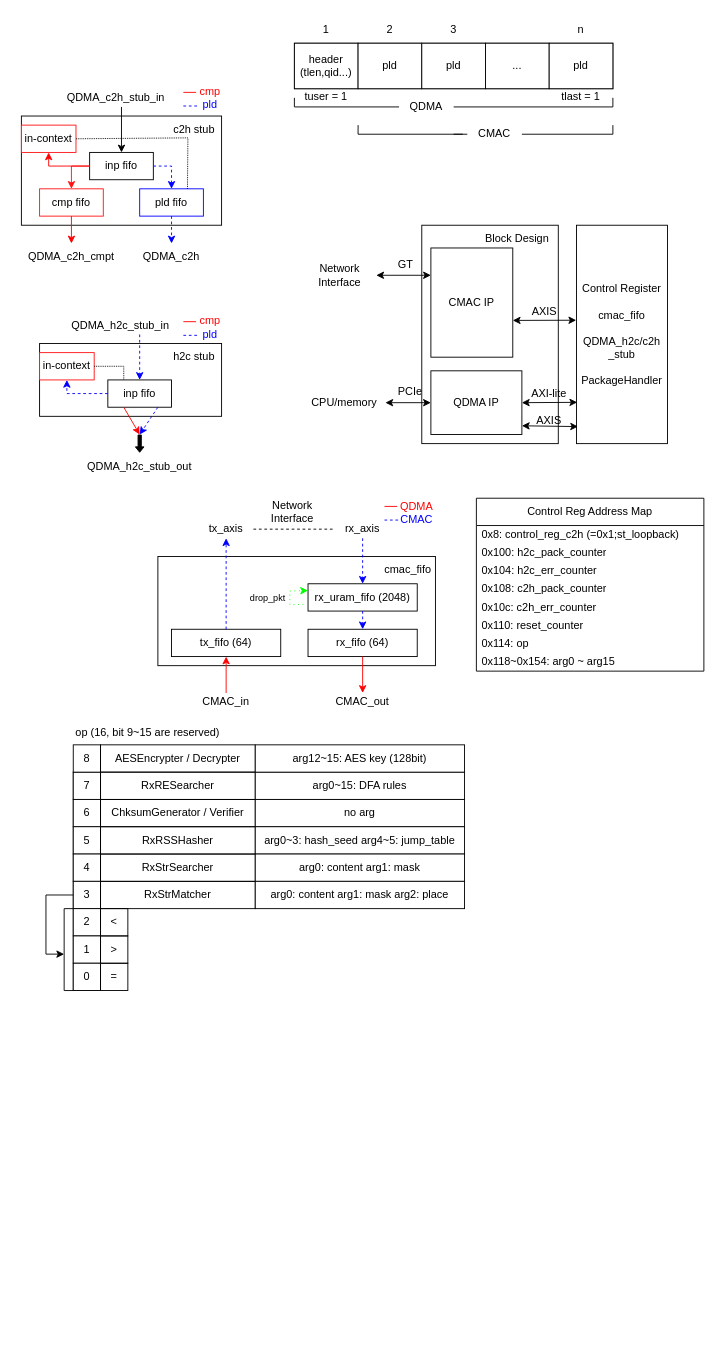
This is drawio/stubs.drawio from Gwins7/SmartNIC, a draw.io file, before an edit. Source tidied: cells renumbered, new cells numbered last; positions are measured from the earlier drawing's top-left corner, leaving out a move shared by most shapes. Both pictures are drawn from the tidied source at 91%, with x=0, y=0 at pixel (21, 15).
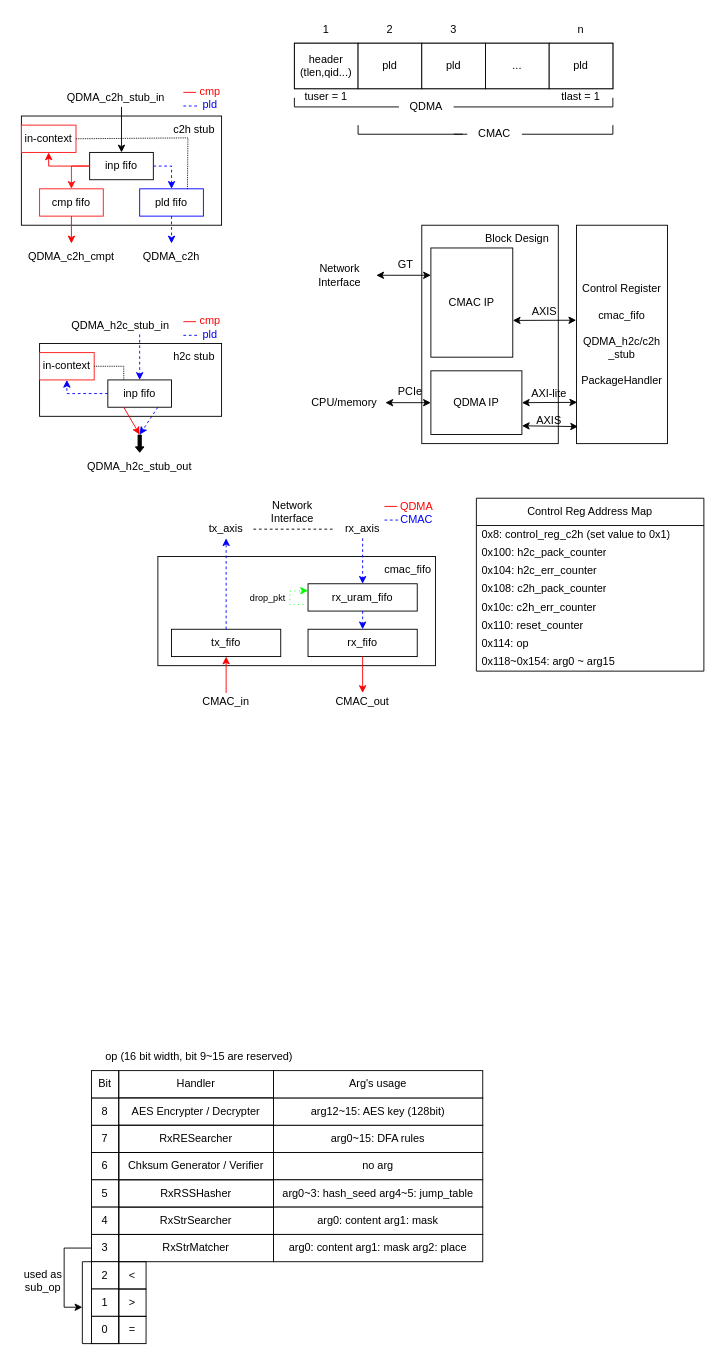
The same page after the edit.

The change refers to these unchanged cells:
```xml
<mxCell id="75" value="Control Reg Address Map" style="swimlane;fontStyle=0;horizontal=1;startSize=30;whiteSpace=wrap;html=1;direction=east;" parent="1" vertex="1">
  <mxGeometry x="500" y="530" width="250" height="190" as="geometry" />
</mxCell>
<mxCell id="84" style="group;" parent="1" vertex="1">
  <mxGeometry x="150" y="530" width="305" height="234" as="geometry" />
</mxCell>
```

What changed in the source:
```diff
@@
-    <mxCell id="76" value="0x8: control_reg_c2h (=0x1;st_loopback)" style="text;strokeColor=none;fillColor=none;align=left;verticalAlign=middle;spacingLeft=4;spacingRight=4;overflow=hidden;whiteSpace=wrap;html=1;" parent="75" vertex="1">
+    <mxCell id="76" value="0x8: control_reg_c2h (set value to 0x1)" style="text;strokeColor=none;fillColor=none;align=left;verticalAlign=middle;spacingLeft=4;spacingRight=4;overflow=hidden;whiteSpace=wrap;html=1;" parent="75" vertex="1">
       <mxGeometry y="30" width="250" height="20" as="geometry" />
     </mxCell>
@@
-    <mxCell id="86" value="tx_fifo (64)" style="rounded=0;whiteSpace=wrap;html=1;strokeColor=#000000;fontColor=#000000;fillColor=#FFFFFF;" parent="84" vertex="1">
+    <mxCell id="86" value="tx_fifo" style="rounded=0;whiteSpace=wrap;html=1;strokeColor=#000000;fontColor=#000000;fillColor=#FFFFFF;" parent="84" vertex="1">
       <mxGeometry x="15" y="144" width="120" height="30" as="geometry" />
     </mxCell>
-    <mxCell id="87" value="rx_fifo (64)" style="rounded=0;whiteSpace=wrap;html=1;strokeColor=#000000;fontColor=#000000;fillColor=#FFFFFF;" parent="84" vertex="1">
+    <mxCell id="87" value="rx_fifo" style="rounded=0;whiteSpace=wrap;html=1;strokeColor=#000000;fontColor=#000000;fillColor=#FFFFFF;" parent="84" vertex="1">
       <mxGeometry x="165" y="144" width="120" height="30" as="geometry" />
     </mxCell>
@@
-    <mxCell id="97" value="rx_uram_fifo (2048)" style="rounded=0;whiteSpace=wrap;html=1;strokeColor=#000000;fontColor=#000000;fillColor=#FFFFFF;" parent="84" vertex="1">
+    <mxCell id="97" value="rx_uram_fifo" style="rounded=0;whiteSpace=wrap;html=1;strokeColor=#000000;fontColor=#000000;fillColor=#FFFFFF;" parent="84" vertex="1">
       <mxGeometry x="165" y="94" width="120" height="30" as="geometry" />
     </mxCell>
@@
-    <mxCell id="106" style="group;" parent="1" vertex="1">
-      <mxGeometry x="27" y="773" width="460" height="298" as="geometry" />
-    </mxCell>
+    <mxCell id="135" style="endArrow=none;html=1;rounded=0;fillColor=#000000;dashed=1;strokeColor=#0000FF;" parent="1" edge="1">
+      <mxGeometry relative="1" as="geometry">
+        <mxPoint x="178" y="99" as="sourcePoint" />
+        <mxPoint x="193" y="99" as="targetPoint" />
+      </mxGeometry>
+    </mxCell>
+    <mxCell id="136" style="group;" parent="1" vertex="1">
+      <mxGeometry x="-6" y="1129" width="513" height="330" as="geometry" />
+    </mxCell>
-    <mxCell id="107" value="op (16, bit 9~15 are reserved)" style="text;html=1;strokeColor=none;fillColor=none;align=center;verticalAlign=middle;whiteSpace=wrap;rounded=0;" parent="106" vertex="1">
-      <mxGeometry x="20.5" width="181.5" height="30" as="geometry" />
+    <mxCell id="107" value="op (16 bit width, bit 9~15 are reserved)" style="text;html=1;strokeColor=none;fillColor=none;align=center;verticalAlign=middle;whiteSpace=wrap;rounded=0;" parent="136" vertex="1">
+      <mxGeometry x="83" width="236.5" height="30" as="geometry" />
     </mxCell>
-    <mxCell id="108" style="rounded=0;whiteSpace=wrap;html=1;" parent="106" vertex="1">
-      <mxGeometry x="30" y="58" width="30" height="240" as="geometry" />
+    <mxCell id="108" style="rounded=0;whiteSpace=wrap;html=1;" parent="136" vertex="1">
+      <mxGeometry x="83" y="90" width="30" height="240" as="geometry" />
     </mxCell>
-    <mxCell id="109" value="7" style="rounded=0;whiteSpace=wrap;html=1;" parent="106" vertex="1">
-      <mxGeometry x="30" y="58" width="30" height="30" as="geometry" />
+    <mxCell id="109" value="7" style="rounded=0;whiteSpace=wrap;html=1;" parent="136" vertex="1">
+      <mxGeometry x="83" y="90" width="30" height="30" as="geometry" />
     </mxCell>
-    <mxCell id="110" value="6" style="rounded=0;whiteSpace=wrap;html=1;" parent="106" vertex="1">
-      <mxGeometry x="30" y="88" width="30" height="30" as="geometry" />
+    <mxCell id="110" value="6" style="rounded=0;whiteSpace=wrap;html=1;" parent="136" vertex="1">
+      <mxGeometry x="83" y="120" width="30" height="30" as="geometry" />
     </mxCell>
-    <mxCell id="111" value="5" style="rounded=0;whiteSpace=wrap;html=1;" parent="106" vertex="1">
-      <mxGeometry x="30" y="118" width="30" height="30" as="geometry" />
+    <mxCell id="111" value="5" style="rounded=0;whiteSpace=wrap;html=1;" parent="136" vertex="1">
+      <mxGeometry x="83" y="150" width="30" height="30" as="geometry" />
     </mxCell>
-    <mxCell id="112" value="4" style="rounded=0;whiteSpace=wrap;html=1;" parent="106" vertex="1">
-      <mxGeometry x="30" y="148" width="30" height="30" as="geometry" />
+    <mxCell id="112" value="4" style="rounded=0;whiteSpace=wrap;html=1;" parent="136" vertex="1">
+      <mxGeometry x="83" y="180" width="30" height="30" as="geometry" />
     </mxCell>
-    <mxCell id="113" value="3" style="rounded=0;whiteSpace=wrap;html=1;" parent="106" vertex="1">
-      <mxGeometry x="30" y="178" width="30" height="30" as="geometry" />
+    <mxCell id="113" value="3" style="rounded=0;whiteSpace=wrap;html=1;" parent="136" vertex="1">
+      <mxGeometry x="83" y="210" width="30" height="30" as="geometry" />
     </mxCell>
-    <mxCell id="114" value="2" style="rounded=0;whiteSpace=wrap;html=1;" parent="106" vertex="1">
-      <mxGeometry x="30" y="208" width="30" height="30" as="geometry" />
+    <mxCell id="114" value="2" style="rounded=0;whiteSpace=wrap;html=1;" parent="136" vertex="1">
+      <mxGeometry x="83" y="240" width="30" height="30" as="geometry" />
     </mxCell>
-    <mxCell id="115" value="1" style="rounded=0;whiteSpace=wrap;html=1;" parent="106" vertex="1">
-      <mxGeometry x="30" y="238" width="30" height="30" as="geometry" />
+    <mxCell id="115" value="1" style="rounded=0;whiteSpace=wrap;html=1;" parent="136" vertex="1">
+      <mxGeometry x="83" y="270" width="30" height="30" as="geometry" />
     </mxCell>
-    <mxCell id="116" value="0" style="rounded=0;whiteSpace=wrap;html=1;" parent="106" vertex="1">
-      <mxGeometry x="30" y="268" width="30" height="30" as="geometry" />
+    <mxCell id="116" value="0" style="rounded=0;whiteSpace=wrap;html=1;" parent="136" vertex="1">
+      <mxGeometry x="83" y="300" width="30" height="30" as="geometry" />
     </mxCell>
-    <mxCell id="117" value="RxRESearcher" style="text;html=1;strokeColor=#000000;fillColor=none;align=center;verticalAlign=middle;whiteSpace=wrap;rounded=0;" parent="106" vertex="1">
-      <mxGeometry x="60" y="58" width="170" height="30" as="geometry" />
+    <mxCell id="117" value="RxRESearcher" style="text;html=1;strokeColor=#000000;fillColor=none;align=center;verticalAlign=middle;whiteSpace=wrap;rounded=0;" parent="136" vertex="1">
+      <mxGeometry x="113" y="90" width="170" height="30" as="geometry" />
     </mxCell>
-    <mxCell id="118" value="ChksumGenerator / Verifier" style="text;html=1;strokeColor=#000000;fillColor=none;align=center;verticalAlign=middle;whiteSpace=wrap;rounded=0;" parent="106" vertex="1">
-      <mxGeometry x="60" y="88" width="170" height="30" as="geometry" />
+    <mxCell id="118" value="Chksum Generator / Verifier" style="text;html=1;strokeColor=#000000;fillColor=none;align=center;verticalAlign=middle;whiteSpace=wrap;rounded=0;" parent="136" vertex="1">
+      <mxGeometry x="113" y="120" width="170" height="30" as="geometry" />
     </mxCell>
-    <mxCell id="119" value="RxRSSHasher" style="text;html=1;strokeColor=#000000;fillColor=none;align=center;verticalAlign=middle;whiteSpace=wrap;rounded=0;" parent="106" vertex="1">
-      <mxGeometry x="60" y="118" width="170" height="30" as="geometry" />
+    <mxCell id="119" value="RxRSSHasher" style="text;html=1;strokeColor=#000000;fillColor=none;align=center;verticalAlign=middle;whiteSpace=wrap;rounded=0;" parent="136" vertex="1">
+      <mxGeometry x="113" y="150" width="170" height="30" as="geometry" />
     </mxCell>
-    <mxCell id="120" value="RxStrSearcher" style="text;html=1;strokeColor=#000000;fillColor=none;align=center;verticalAlign=middle;whiteSpace=wrap;rounded=0;" parent="106" vertex="1">
-      <mxGeometry x="60" y="148" width="170" height="30" as="geometry" />
+    <mxCell id="120" value="RxStrSearcher" style="text;html=1;strokeColor=#000000;fillColor=none;align=center;verticalAlign=middle;whiteSpace=wrap;rounded=0;" parent="136" vertex="1">
+      <mxGeometry x="113" y="180" width="170" height="30" as="geometry" />
     </mxCell>
-    <mxCell id="121" value="RxStrMatcher" style="text;html=1;strokeColor=#000000;fillColor=none;align=center;verticalAlign=middle;whiteSpace=wrap;rounded=0;" parent="106" vertex="1">
-      <mxGeometry x="60" y="178" width="170" height="30" as="geometry" />
+    <mxCell id="121" value="RxStrMatcher" style="text;html=1;strokeColor=#000000;fillColor=none;align=center;verticalAlign=middle;whiteSpace=wrap;rounded=0;" parent="136" vertex="1">
+      <mxGeometry x="113" y="210" width="170" height="30" as="geometry" />
     </mxCell>
-    <mxCell id="122" value="&amp;lt;" style="text;html=1;strokeColor=#000000;fillColor=none;align=center;verticalAlign=middle;whiteSpace=wrap;rounded=0;" parent="106" vertex="1">
-      <mxGeometry x="60" y="208" width="30" height="30" as="geometry" />
+    <mxCell id="122" value="&amp;lt;" style="text;html=1;strokeColor=#000000;fillColor=none;align=center;verticalAlign=middle;whiteSpace=wrap;rounded=0;" parent="136" vertex="1">
+      <mxGeometry x="113" y="240" width="30" height="30" as="geometry" />
     </mxCell>
-    <mxCell id="123" value="&amp;gt;" style="text;html=1;strokeColor=#000000;fillColor=none;align=center;verticalAlign=middle;whiteSpace=wrap;rounded=0;" parent="106" vertex="1">
-      <mxGeometry x="60" y="238" width="30" height="30" as="geometry" />
+    <mxCell id="123" value="&amp;gt;" style="text;html=1;strokeColor=#000000;fillColor=none;align=center;verticalAlign=middle;whiteSpace=wrap;rounded=0;" parent="136" vertex="1">
+      <mxGeometry x="113" y="270" width="30" height="30" as="geometry" />
     </mxCell>
-    <mxCell id="124" value="=" style="text;html=1;strokeColor=#000000;fillColor=none;align=center;verticalAlign=middle;whiteSpace=wrap;rounded=0;" parent="106" vertex="1">
-      <mxGeometry x="60" y="268" width="30" height="30" as="geometry" />
+    <mxCell id="124" value="=" style="text;html=1;strokeColor=#000000;fillColor=none;align=center;verticalAlign=middle;whiteSpace=wrap;rounded=0;" parent="136" vertex="1">
+      <mxGeometry x="113" y="300" width="30" height="30" as="geometry" />
     </mxCell>
-    <mxCell id="125" style="endArrow=classic;html=1;rounded=0;exitX=0;exitY=0.5;exitDx=0;exitDy=0;" parent="106" edge="1" source="113">
+    <mxCell id="125" style="endArrow=classic;html=1;rounded=0;exitX=0;exitY=0.5;exitDx=0;exitDy=0;" parent="136" edge="1" source="113">
       <mxGeometry relative="1" as="geometry">
-        <mxPoint x="20" y="258" as="targetPoint" />
+        <mxPoint x="73" y="290" as="targetPoint" />
         <Array as="points">
-          <mxPoint y="193" />
-          <mxPoint y="258" />
+          <mxPoint x="53" y="225" />
+          <mxPoint x="53" y="290" />
         </Array>
       </mxGeometry>
     </mxCell>
-    <mxCell id="126" style="endArrow=none;html=1;rounded=0;entryX=0;entryY=0;entryDx=0;entryDy=0;exitX=0;exitY=1;exitDx=0;exitDy=0;" parent="106" edge="1" source="116" target="114">
+    <mxCell id="126" style="endArrow=none;html=1;rounded=0;entryX=0;entryY=0;entryDx=0;entryDy=0;exitX=0;exitY=1;exitDx=0;exitDy=0;" parent="136" edge="1" source="116" target="114">
       <mxGeometry relative="1" as="geometry">
         <Array as="points">
-          <mxPoint x="20" y="298" />
-          <mxPoint x="20" y="208" />
+          <mxPoint x="73" y="330" />
+          <mxPoint x="73" y="240" />
         </Array>
       </mxGeometry>
     </mxCell>
-    <mxCell id="127" value="arg0~15: DFA rules" style="rounded=0;whiteSpace=wrap;html=1;strokeColor=#000000;" parent="106" vertex="1">
-      <mxGeometry x="230" y="58" width="230" height="30" as="geometry" />
+    <mxCell id="127" value="arg0~15: DFA rules" style="rounded=0;whiteSpace=wrap;html=1;strokeColor=#000000;" parent="136" vertex="1">
+      <mxGeometry x="283" y="90" width="230" height="30" as="geometry" />
     </mxCell>
-    <mxCell id="128" value="no arg" style="rounded=0;whiteSpace=wrap;html=1;strokeColor=#000000;" parent="106" vertex="1">
-      <mxGeometry x="230" y="88" width="230" height="30" as="geometry" />
+    <mxCell id="128" value="no arg" style="rounded=0;whiteSpace=wrap;html=1;strokeColor=#000000;" parent="136" vertex="1">
+      <mxGeometry x="283" y="120" width="230" height="30" as="geometry" />
     </mxCell>
-    <mxCell id="129" value="arg0~3: hash_seed arg4~5: jump_table" style="rounded=0;whiteSpace=wrap;html=1;strokeColor=#000000;" parent="106" vertex="1">
-      <mxGeometry x="230" y="118" width="230" height="30" as="geometry" />
+    <mxCell id="129" value="arg0~3: hash_seed arg4~5: jump_table" style="rounded=0;whiteSpace=wrap;html=1;strokeColor=#000000;" parent="136" vertex="1">
+      <mxGeometry x="283" y="150" width="230" height="30" as="geometry" />
     </mxCell>
-    <mxCell id="130" value="arg0: content arg1: mask" style="rounded=0;whiteSpace=wrap;html=1;strokeColor=#000000;" parent="106" vertex="1">
-      <mxGeometry x="230" y="148" width="230" height="30" as="geometry" />
+    <mxCell id="130" value="arg0: content arg1: mask" style="rounded=0;whiteSpace=wrap;html=1;strokeColor=#000000;" parent="136" vertex="1">
+      <mxGeometry x="283" y="180" width="230" height="30" as="geometry" />
     </mxCell>
-    <mxCell id="131" value="arg0: content arg1: mask arg2: place" style="rounded=0;whiteSpace=wrap;html=1;strokeColor=#000000;" parent="106" vertex="1">
-      <mxGeometry x="230" y="178" width="230" height="30" as="geometry" />
+    <mxCell id="131" value="arg0: content arg1: mask arg2: place" style="rounded=0;whiteSpace=wrap;html=1;strokeColor=#000000;" parent="136" vertex="1">
+      <mxGeometry x="283" y="210" width="230" height="30" as="geometry" />
     </mxCell>
-    <mxCell id="132" value="8" style="rounded=0;whiteSpace=wrap;html=1;" parent="106" vertex="1">
-      <mxGeometry x="30" y="28" width="30" height="30" as="geometry" />
+    <mxCell id="132" value="8" style="rounded=0;whiteSpace=wrap;html=1;" parent="136" vertex="1">
+      <mxGeometry x="83" y="60" width="30" height="30" as="geometry" />
     </mxCell>
-    <mxCell id="133" value="AESEncrypter / Decrypter" style="text;html=1;strokeColor=#000000;fillColor=none;align=center;verticalAlign=middle;whiteSpace=wrap;rounded=0;" parent="106" vertex="1">
-      <mxGeometry x="60" y="28" width="170" height="30" as="geometry" />
+    <mxCell id="133" value="AES Encrypter / Decrypter" style="text;html=1;strokeColor=#000000;fillColor=none;align=center;verticalAlign=middle;whiteSpace=wrap;rounded=0;" parent="136" vertex="1">
+      <mxGeometry x="113" y="60" width="170" height="30" as="geometry" />
     </mxCell>
-    <mxCell id="134" value="arg12~15: AES key (128bit)" style="rounded=0;whiteSpace=wrap;html=1;strokeColor=#000000;" parent="106" vertex="1">
-      <mxGeometry x="230" y="28" width="230" height="30" as="geometry" />
+    <mxCell id="134" value="arg12~15: AES key (128bit)" style="rounded=0;whiteSpace=wrap;html=1;strokeColor=#000000;" parent="136" vertex="1">
+      <mxGeometry x="283" y="60" width="230" height="30" as="geometry" />
     </mxCell>
-    <mxCell id="135" style="endArrow=none;html=1;rounded=0;fillColor=#000000;dashed=1;strokeColor=#0000FF;" parent="1" edge="1">
-      <mxGeometry relative="1" as="geometry">
-        <mxPoint x="178" y="99" as="sourcePoint" />
-        <mxPoint x="193" y="99" as="targetPoint" />
-      </mxGeometry>
-    </mxCell>
+    <mxCell id="137" value="Bit" style="rounded=0;whiteSpace=wrap;html=1;" parent="136" vertex="1">
+      <mxGeometry x="83" y="30" width="30" height="30" as="geometry" />
+    </mxCell>
+    <mxCell id="138" value="Handler" style="text;html=1;strokeColor=#000000;fillColor=none;align=center;verticalAlign=middle;whiteSpace=wrap;rounded=0;" parent="136" vertex="1">
+      <mxGeometry x="113" y="30" width="170" height="30" as="geometry" />
+    </mxCell>
+    <mxCell id="139" value="Arg's usage" style="rounded=0;whiteSpace=wrap;html=1;strokeColor=#000000;" parent="136" vertex="1">
+      <mxGeometry x="283" y="30" width="230" height="30" as="geometry" />
+    </mxCell>
+    <mxCell id="140" value="used as&lt;br&gt;sub_op" style="text;html=1;strokeColor=none;fillColor=none;align=center;verticalAlign=middle;whiteSpace=wrap;rounded=0;" parent="136" vertex="1">
+      <mxGeometry y="246" width="60" height="30" as="geometry" />
+    </mxCell>
```
